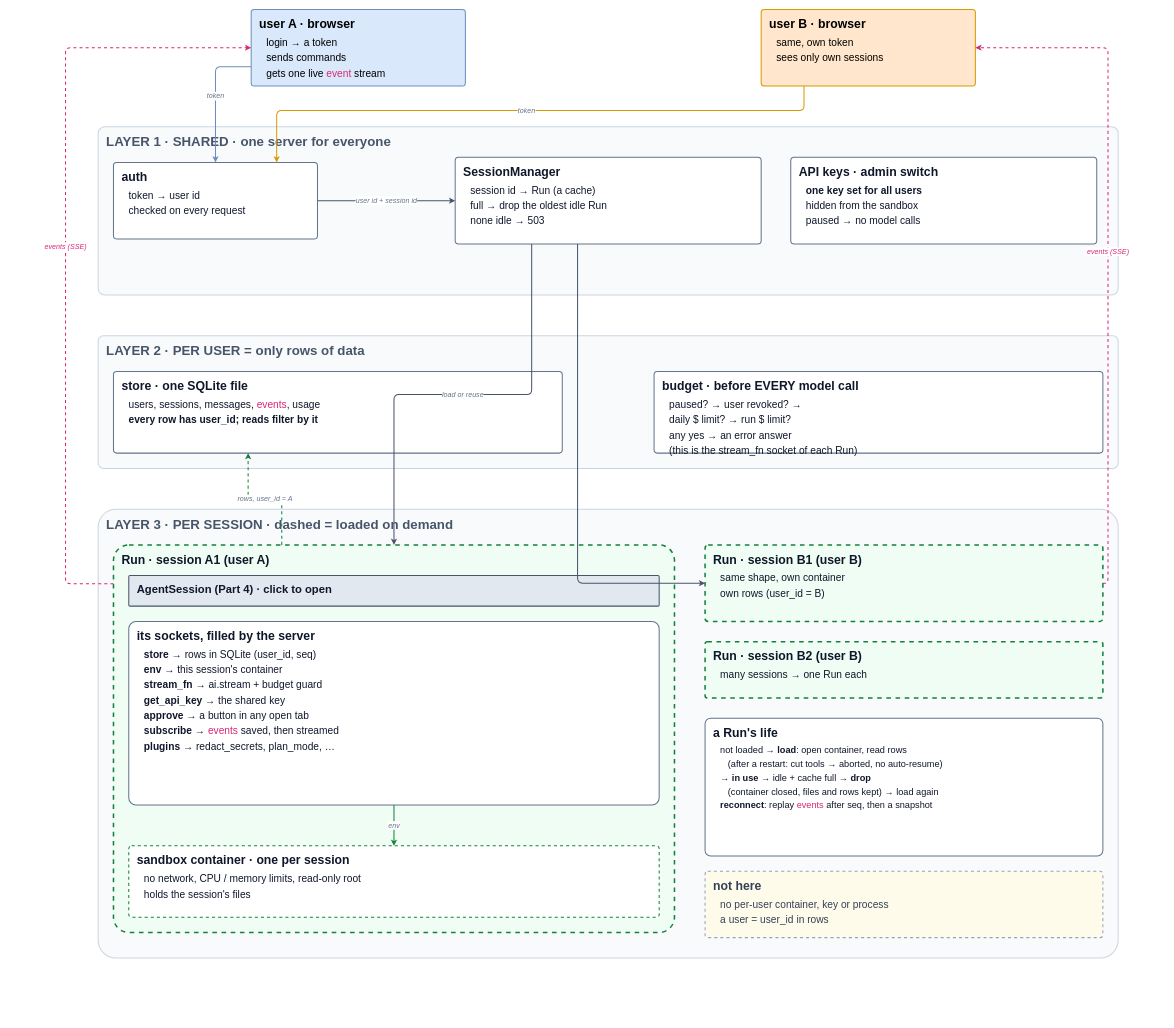
The draw.io diagram page "5 · Server: sessions for many users" (7 of 7) of docs/guidebook/img/architecture.drawio in danhugo/simp-agent, before the edit. Source tidied: cells renumbered, new cells numbered last; positions are measured from the earlier drawing's top-left corner, leaving out a move shared by most shapes. Both pictures are drawn from the tidied source at 51%, with x=0, y=0 at pixel (65, 9).
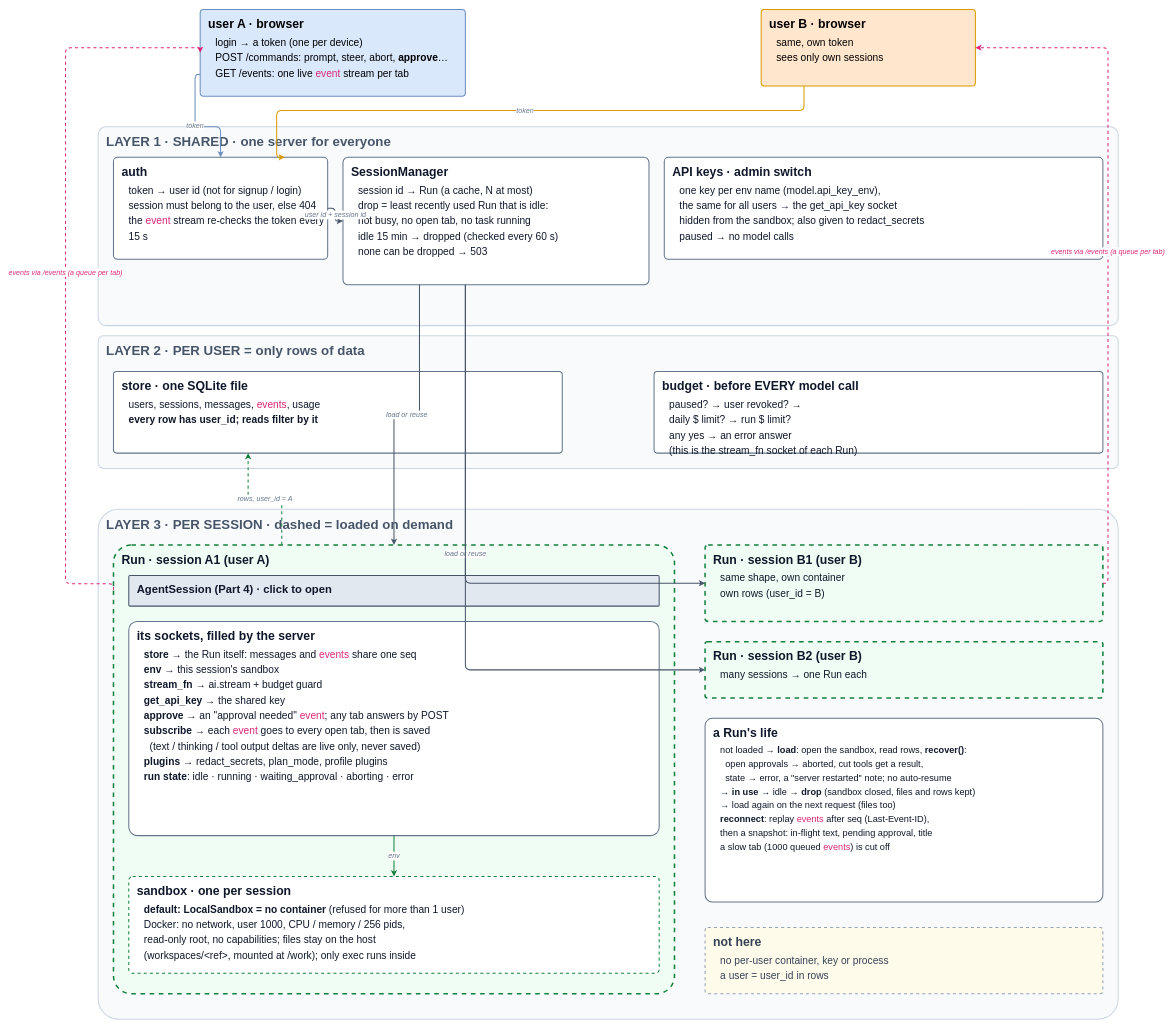
The same page after the edit.

Commit message:
guidebook: page 5 fixes after review: event order, Run as store, LocalSandbox default, eviction rule, auth checks, recover, keys, run state, edges

Unchanged cells that the change refers to:
```xml
<mxCell id="3" value="&lt;b style=&quot;font-size:24px&quot;&gt;user B · browser&lt;/b&gt;&lt;div style=&quot;font-size:20px;line-height:1.5;margin-top:6px;padding-left:14px&quot;&gt;same, own token&lt;br&gt;sees only own sessions&lt;/div&gt;" style="whiteSpace=wrap;html=1;align=left;verticalAlign=top;spacingLeft=14;spacingTop=8;rounded=1;arcSize=4;fillColor=#ffe6cc;strokeColor=#d79b00;strokeWidth=2;" parent="1" vertex="1">
  <mxGeometry x="1364" width="420" height="150" as="geometry" />
</mxCell>
<mxCell id="16" value="&lt;b style=&quot;font-size:24px&quot;&gt;Run · session B1 (user B)&lt;/b&gt;&lt;div style=&quot;font-size:20px;line-height:1.5;margin-top:6px;padding-left:14px&quot;&gt;same shape, own container&lt;br&gt;own rows (user_id = B)&lt;/div&gt;" style="whiteSpace=wrap;html=1;align=left;verticalAlign=top;spacingLeft=14;spacingTop=8;rounded=1;arcSize=4;fillColor=#f0fdf4;strokeColor=#15803d;strokeWidth=3;dashed=1;fontColor=#0f172a;" parent="1" vertex="1">
  <mxGeometry x="1254" y="1050" width="780" height="150" as="geometry" />
</mxCell>
<mxCell id="17" value="&lt;b style=&quot;font-size:24px&quot;&gt;Run · session B2 (user B)&lt;/b&gt;&lt;div style=&quot;font-size:20px;line-height:1.5;margin-top:6px;padding-left:14px&quot;&gt;many sessions → one Run each&lt;/div&gt;" style="whiteSpace=wrap;html=1;align=left;verticalAlign=top;spacingLeft=14;spacingTop=8;rounded=1;arcSize=4;fillColor=#f0fdf4;strokeColor=#15803d;strokeWidth=3;dashed=1;fontColor=#0f172a;" parent="1" vertex="1">
  <mxGeometry x="1254" y="1240" width="780" height="110" as="geometry" />
</mxCell>
```

Change to the diagram source:
```diff
@@
-    <mxCell id="2" value="&lt;b style=&quot;font-size:24px&quot;&gt;user A · browser&lt;/b&gt;&lt;div style=&quot;font-size:20px;line-height:1.5;margin-top:6px;padding-left:14px&quot;&gt;login → a token&lt;br&gt;sends commands&lt;br&gt;gets one live &lt;span style=&quot;color:#db2777&quot;&gt;event&lt;/span&gt; stream&lt;/div&gt;" style="whiteSpace=wrap;html=1;align=left;verticalAlign=top;spacingLeft=14;spacingTop=8;rounded=1;arcSize=4;fillColor=#dae8fc;strokeColor=#6c8ebf;strokeWidth=2;" parent="1" vertex="1">
-      <mxGeometry x="364" width="420" height="150" as="geometry" />
+    <mxCell id="2" value="&lt;b style=&quot;font-size:24px&quot;&gt;user A · browser&lt;/b&gt;&lt;div style=&quot;font-size:20px;line-height:1.5;margin-top:6px;padding-left:14px&quot;&gt;login → a token (one per device)&lt;br&gt;POST /commands: prompt, steer, abort, &lt;b&gt;approve&lt;/b&gt;…&lt;br&gt;GET /events: one live &lt;span style=&quot;color:#db2777&quot;&gt;event&lt;/span&gt; stream per tab&lt;/div&gt;" style="whiteSpace=wrap;html=1;align=left;verticalAlign=top;spacingLeft=14;spacingTop=8;rounded=1;arcSize=4;fillColor=#dae8fc;strokeColor=#6c8ebf;strokeWidth=2;" parent="1" vertex="1">
+      <mxGeometry x="264" width="520" height="170" as="geometry" />
     </mxCell>
@@
     <mxCell id="4" value="&lt;b style=&quot;font-size:26px&quot;&gt;LAYER 1 · SHARED · one server for everyone&lt;/b&gt;&lt;div style=&quot;font-size:16px;line-height:1.5;margin-top:6px;padding-left:14px&quot;&gt;&lt;/div&gt;" style="whiteSpace=wrap;html=1;align=left;verticalAlign=top;spacingLeft=14;spacingTop=8;rounded=1;arcSize=4;fillColor=#f8fafc;strokeColor=#cbd5e1;strokeWidth=2;fontColor=#475569;" parent="1" vertex="1">
-      <mxGeometry x="64" y="230" width="2000" height="330" as="geometry" />
+      <mxGeometry x="64" y="230" width="2000" height="390" as="geometry" />
     </mxCell>
-    <mxCell id="5" value="&lt;b style=&quot;font-size:24px&quot;&gt;auth&lt;/b&gt;&lt;div style=&quot;font-size:20px;line-height:1.5;margin-top:6px;padding-left:14px&quot;&gt;token → user id&lt;br&gt;checked on every request&lt;/div&gt;" style="whiteSpace=wrap;html=1;align=left;verticalAlign=top;spacingLeft=14;spacingTop=8;rounded=1;arcSize=4;fillColor=#ffffff;strokeColor=#64748b;strokeWidth=2;fontColor=#0f172a;" parent="1" vertex="1">
-      <mxGeometry x="94" y="300" width="400" height="150" as="geometry" />
+    <mxCell id="5" value="&lt;b style=&quot;font-size:24px&quot;&gt;auth&lt;/b&gt;&lt;div style=&quot;font-size:20px;line-height:1.5;margin-top:6px;padding-left:14px&quot;&gt;token → user id (not for signup / login)&lt;br&gt;session must belong to the user, else 404&lt;br&gt;the &lt;span style=&quot;color:#db2777&quot;&gt;event&lt;/span&gt; stream re-checks the token every 15 s&lt;/div&gt;" style="whiteSpace=wrap;html=1;align=left;verticalAlign=top;spacingLeft=14;spacingTop=8;rounded=1;arcSize=4;fillColor=#ffffff;strokeColor=#64748b;strokeWidth=2;fontColor=#0f172a;" parent="1" vertex="1">
+      <mxGeometry x="94" y="290" width="420" height="200" as="geometry" />
     </mxCell>
-    <mxCell id="6" value="&lt;b style=&quot;font-size:24px&quot;&gt;SessionManager&lt;/b&gt;&lt;div style=&quot;font-size:20px;line-height:1.5;margin-top:6px;padding-left:14px&quot;&gt;session id → Run (a cache)&lt;br&gt;full → drop the oldest idle Run&lt;br&gt;none idle → 503&lt;/div&gt;" style="whiteSpace=wrap;html=1;align=left;verticalAlign=top;spacingLeft=14;spacingTop=8;rounded=1;arcSize=4;fillColor=#ffffff;strokeColor=#64748b;strokeWidth=2;fontColor=#0f172a;" parent="1" vertex="1">
-      <mxGeometry x="764" y="290" width="600" height="170" as="geometry" />
+    <mxCell id="6" value="&lt;b style=&quot;font-size:24px&quot;&gt;SessionManager&lt;/b&gt;&lt;div style=&quot;font-size:20px;line-height:1.5;margin-top:6px;padding-left:14px&quot;&gt;session id → Run (a cache, N at most)&lt;br&gt;drop = least recently used Run that is idle:&lt;br&gt;not busy, no open tab, no task running&lt;br&gt;idle 15 min → dropped (checked every 60 s)&lt;br&gt;none can be dropped → 503&lt;/div&gt;" style="whiteSpace=wrap;html=1;align=left;verticalAlign=top;spacingLeft=14;spacingTop=8;rounded=1;arcSize=4;fillColor=#ffffff;strokeColor=#64748b;strokeWidth=2;fontColor=#0f172a;" parent="1" vertex="1">
+      <mxGeometry x="544" y="290" width="600" height="250" as="geometry" />
     </mxCell>
-    <mxCell id="7" value="&lt;b style=&quot;font-size:24px&quot;&gt;API keys · admin switch&lt;/b&gt;&lt;div style=&quot;font-size:20px;line-height:1.5;margin-top:6px;padding-left:14px&quot;&gt;&lt;b&gt;one key set for all users&lt;/b&gt;&lt;br&gt;hidden from the sandbox&lt;br&gt;paused → no model calls&lt;/div&gt;" style="whiteSpace=wrap;html=1;align=left;verticalAlign=top;spacingLeft=14;spacingTop=8;rounded=1;arcSize=4;fillColor=#ffffff;strokeColor=#64748b;strokeWidth=2;fontColor=#0f172a;" parent="1" vertex="1">
-      <mxGeometry x="1422" y="290" width="600" height="170" as="geometry" />
+    <mxCell id="7" value="&lt;b style=&quot;font-size:24px&quot;&gt;API keys · admin switch&lt;/b&gt;&lt;div style=&quot;font-size:20px;line-height:1.5;margin-top:6px;padding-left:14px&quot;&gt;one key per env name (model.api_key_env),&lt;br&gt;the same for all users → the get_api_key socket&lt;br&gt;hidden from the sandbox; also given to redact_secrets&lt;br&gt;paused → no model calls&lt;/div&gt;" style="whiteSpace=wrap;html=1;align=left;verticalAlign=top;spacingLeft=14;spacingTop=8;rounded=1;arcSize=4;fillColor=#ffffff;strokeColor=#64748b;strokeWidth=2;fontColor=#0f172a;" parent="1" vertex="1">
+      <mxGeometry x="1174" y="290" width="860" height="200" as="geometry" />
     </mxCell>
@@
     <mxCell id="11" value="&lt;b style=&quot;font-size:26px&quot;&gt;LAYER 3 · PER SESSION · dashed = loaded on demand&lt;/b&gt;&lt;div style=&quot;font-size:16px;line-height:1.5;margin-top:6px;padding-left:14px&quot;&gt;&lt;/div&gt;" style="whiteSpace=wrap;html=1;align=left;verticalAlign=top;spacingLeft=14;spacingTop=8;rounded=1;arcSize=4;fillColor=#f8fafc;strokeColor=#cbd5e1;strokeWidth=2;fontColor=#475569;" parent="1" vertex="1">
-      <mxGeometry x="64" y="980" width="2000" height="880" as="geometry" />
+      <mxGeometry x="64" y="980" width="2000" height="1000" as="geometry" />
     </mxCell>
     <mxCell id="12" value="&lt;b style=&quot;font-size:24px&quot;&gt;Run · session A1 (user A)&lt;/b&gt;&lt;div style=&quot;font-size:16px;line-height:1.5;margin-top:6px;padding-left:14px&quot;&gt;&lt;/div&gt;" style="whiteSpace=wrap;html=1;align=left;verticalAlign=top;spacingLeft=14;spacingTop=8;rounded=1;arcSize=4;fillColor=#f0fdf4;strokeColor=#15803d;strokeWidth=3;dashed=1;fontColor=#0f172a;" parent="1" vertex="1">
-      <mxGeometry x="94" y="1050" width="1100" height="760" as="geometry" />
+      <mxGeometry x="94" y="1050" width="1100" height="880" as="geometry" />
     </mxCell>
@@
-    <mxCell id="14" value="&lt;b style=&quot;font-size:24px&quot;&gt;its sockets, filled by the server&lt;/b&gt;&lt;div style=&quot;font-size:20px;line-height:1.5;margin-top:6px;padding-left:14px&quot;&gt;&lt;b&gt;store&lt;/b&gt; → rows in SQLite (user_id, seq)&lt;br&gt;&lt;b&gt;env&lt;/b&gt; → this session's container&lt;br&gt;&lt;b&gt;stream_fn&lt;/b&gt; → ai.stream + budget guard&lt;br&gt;&lt;b&gt;get_api_key&lt;/b&gt; → the shared key&lt;br&gt;&lt;b&gt;approve&lt;/b&gt; → a button in any open tab&lt;br&gt;&lt;b&gt;subscribe&lt;/b&gt; → &lt;span style=&quot;color:#db2777&quot;&gt;events&lt;/span&gt; saved, then streamed&lt;br&gt;&lt;b&gt;plugins&lt;/b&gt; → redact_secrets, plan_mode, …&lt;/div&gt;" style="whiteSpace=wrap;html=1;align=left;verticalAlign=top;spacingLeft=14;spacingTop=8;rounded=1;arcSize=4;fillColor=#ffffff;strokeColor=#64748b;strokeWidth=2;fontColor=#0f172a;" parent="1" vertex="1">
-      <mxGeometry x="124" y="1200" width="1040" height="360" as="geometry" />
+    <mxCell id="14" value="&lt;b style=&quot;font-size:24px&quot;&gt;its sockets, filled by the server&lt;/b&gt;&lt;div style=&quot;font-size:20px;line-height:1.5;margin-top:6px;padding-left:14px&quot;&gt;&lt;b&gt;store&lt;/b&gt; → the Run itself: messages and &lt;span style=&quot;color:#db2777&quot;&gt;events&lt;/span&gt; share one seq&lt;br&gt;&lt;b&gt;env&lt;/b&gt; → this session's sandbox&lt;br&gt;&lt;b&gt;stream_fn&lt;/b&gt; → ai.stream + budget guard&lt;br&gt;&lt;b&gt;get_api_key&lt;/b&gt; → the shared key&lt;br&gt;&lt;b&gt;approve&lt;/b&gt; → an &quot;approval needed&quot; &lt;span style=&quot;color:#db2777&quot;&gt;event&lt;/span&gt;; any tab answers by POST&lt;br&gt;&lt;b&gt;subscribe&lt;/b&gt; → each &lt;span style=&quot;color:#db2777&quot;&gt;event&lt;/span&gt; goes to every open tab, then is saved&lt;br&gt;&amp;nbsp;&amp;nbsp;(text / thinking / tool output deltas are live only, never saved)&lt;br&gt;&lt;b&gt;plugins&lt;/b&gt; → redact_secrets, plan_mode, profile plugins&lt;br&gt;&lt;b&gt;run state&lt;/b&gt;: idle · running · waiting_approval · aborting · error&lt;/div&gt;" style="whiteSpace=wrap;html=1;align=left;verticalAlign=top;spacingLeft=14;spacingTop=8;rounded=1;arcSize=4;fillColor=#ffffff;strokeColor=#64748b;strokeWidth=2;fontColor=#0f172a;" parent="1" vertex="1">
+      <mxGeometry x="124" y="1200" width="1040" height="420" as="geometry" />
     </mxCell>
-    <mxCell id="15" value="&lt;b style=&quot;font-size:24px&quot;&gt;sandbox container · one per session&lt;/b&gt;&lt;div style=&quot;font-size:20px;line-height:1.5;margin-top:6px;padding-left:14px&quot;&gt;no network, CPU / memory limits, read-only root&lt;br&gt;holds the session's files&lt;/div&gt;" style="whiteSpace=wrap;html=1;align=left;verticalAlign=top;spacingLeft=14;spacingTop=8;rounded=1;arcSize=4;fillColor=#ffffff;strokeColor=#15803d;dashed=1;strokeWidth=2;fontColor=#0f172a;" parent="1" vertex="1">
-      <mxGeometry x="124" y="1640" width="1040" height="140" as="geometry" />
+    <mxCell id="15" value="&lt;b style=&quot;font-size:24px&quot;&gt;sandbox · one per session&lt;/b&gt;&lt;div style=&quot;font-size:20px;line-height:1.5;margin-top:6px;padding-left:14px&quot;&gt;&lt;b&gt;default: LocalSandbox = no container&lt;/b&gt; (refused for more than 1 user)&lt;br&gt;Docker: no network, user 1000, CPU / memory / 256 pids,&lt;br&gt;read-only root, no capabilities; files stay on the host&lt;br&gt;(workspaces/&amp;lt;ref&amp;gt;, mounted at /work); only exec runs inside&lt;/div&gt;" style="whiteSpace=wrap;html=1;align=left;verticalAlign=top;spacingLeft=14;spacingTop=8;rounded=1;arcSize=4;fillColor=#ffffff;strokeColor=#15803d;dashed=1;strokeWidth=2;fontColor=#0f172a;" parent="1" vertex="1">
+      <mxGeometry x="124" y="1700" width="1040" height="190" as="geometry" />
     </mxCell>
@@
-    <mxCell id="18" value="&lt;b style=&quot;font-size:24px&quot;&gt;a Run's life&lt;/b&gt;&lt;div style=&quot;font-size:18px;line-height:1.5;margin-top:6px;padding-left:14px&quot;&gt;not loaded → &lt;b&gt;load&lt;/b&gt;: open container, read rows&lt;br&gt;&amp;nbsp;&amp;nbsp;&amp;nbsp;(after a restart: cut tools → aborted, no auto-resume)&lt;br&gt;→ &lt;b&gt;in use&lt;/b&gt; → idle + cache full → &lt;b&gt;drop&lt;/b&gt;&lt;br&gt;&amp;nbsp;&amp;nbsp;&amp;nbsp;(container closed, files and rows kept) → load again&lt;br&gt;&lt;b&gt;reconnect&lt;/b&gt;: replay &lt;span style=&quot;color:#db2777&quot;&gt;events&lt;/span&gt; after seq, then a snapshot&lt;/div&gt;" style="whiteSpace=wrap;html=1;align=left;verticalAlign=top;spacingLeft=14;spacingTop=8;rounded=1;arcSize=4;fillColor=#ffffff;strokeColor=#64748b;strokeWidth=2;fontColor=#0f172a;" parent="1" vertex="1">
-      <mxGeometry x="1254" y="1390" width="780" height="270" as="geometry" />
+    <mxCell id="18" value="&lt;b style=&quot;font-size:24px&quot;&gt;a Run's life&lt;/b&gt;&lt;div style=&quot;font-size:18px;line-height:1.5;margin-top:6px;padding-left:14px&quot;&gt;not loaded → &lt;b&gt;load&lt;/b&gt;: open the sandbox, read rows, &lt;b&gt;recover()&lt;/b&gt;:&lt;br&gt;&amp;nbsp;&amp;nbsp;open approvals → aborted, cut tools get a result,&lt;br&gt;&amp;nbsp;&amp;nbsp;state → error, a &quot;server restarted&quot; note; no auto-resume&lt;br&gt;→ &lt;b&gt;in use&lt;/b&gt; → idle → &lt;b&gt;drop&lt;/b&gt; (sandbox closed, files and rows kept)&lt;br&gt;→ load again on the next request (files too)&lt;br&gt;&lt;b&gt;reconnect&lt;/b&gt;: replay &lt;span style=&quot;color:#db2777&quot;&gt;events&lt;/span&gt; after seq (Last-Event-ID),&lt;br&gt;then a snapshot: in-flight text, pending approval, title&lt;br&gt;a slow tab (1000 queued &lt;span style=&quot;color:#db2777&quot;&gt;events&lt;/span&gt;) is cut off&lt;/div&gt;" style="whiteSpace=wrap;html=1;align=left;verticalAlign=top;spacingLeft=14;spacingTop=8;rounded=1;arcSize=4;fillColor=#ffffff;strokeColor=#64748b;strokeWidth=2;fontColor=#0f172a;" parent="1" vertex="1">
+      <mxGeometry x="1254" y="1390" width="780" height="360" as="geometry" />
     </mxCell>
     <mxCell id="19" value="&lt;b style=&quot;font-size:24px&quot;&gt;not here&lt;/b&gt;&lt;div style=&quot;font-size:20px;line-height:1.5;margin-top:6px;padding-left:14px&quot;&gt;no per-user container, key or process&lt;br&gt;a user = user_id in rows&lt;/div&gt;" style="whiteSpace=wrap;html=1;align=left;verticalAlign=top;spacingLeft=14;spacingTop=8;rounded=1;arcSize=4;fillColor=#fffbeb;strokeColor=#94a3b8;dashed=1;strokeWidth=2;fontColor=#334155;" parent="1" vertex="1">
-      <mxGeometry x="1254" y="1690" width="780" height="130" as="geometry" />
+      <mxGeometry x="1254" y="1800" width="780" height="130" as="geometry" />
     </mxCell>
@@
-    <mxCell id="24" style="edgeStyle=orthogonalEdgeStyle;rounded=1;html=1;fontSize=14;fontStyle=2;fontColor=#64748b;labelBackgroundColor=#ffffff;strokeColor=#475569;strokeWidth=2;exitX=0.4;exitY=1;entryX=0;entryY=0.5;" parent="1" edge="1" source="6" target="16">
+    <mxCell id="24" value="load or reuse" style="edgeStyle=orthogonalEdgeStyle;rounded=1;html=1;fontSize=14;fontStyle=2;fontColor=#64748b;labelBackgroundColor=#ffffff;strokeColor=#475569;strokeWidth=2;exitX=0.4;exitY=1;entryX=0;entryY=0.5;" parent="1" edge="1" source="6" target="16">
       <mxGeometry relative="1" as="geometry" />
     </mxCell>
@@
-    <mxCell id="27" value="&lt;span style=&quot;color:#db2777&quot;&gt;events&lt;/span&gt; (&lt;span style=&quot;color:#db2777&quot;&gt;SSE&lt;/span&gt;)" style="edgeStyle=orthogonalEdgeStyle;rounded=1;html=1;fontSize=14;fontStyle=2;labelBackgroundColor=#ffffff;strokeWidth=2;dashed=1;exitX=0;exitY=0.1;entryX=0;entryY=0.5;strokeColor=#db2777;fontColor=#db2777;" parent="1" edge="1" source="12" target="2">
+    <mxCell id="27" value="&lt;span style=&quot;color:#db2777&quot;&gt;events&lt;/span&gt; via /events (a queue per tab)" style="edgeStyle=orthogonalEdgeStyle;rounded=1;html=1;fontSize=14;fontStyle=2;labelBackgroundColor=#ffffff;strokeWidth=2;dashed=1;exitX=0;exitY=0.1;entryX=0;entryY=0.5;strokeColor=#db2777;fontColor=#db2777;" parent="1" edge="1" source="12" target="2">
       <mxGeometry relative="1" as="geometry">
         <Array as="points">
           <mxPoint y="1126" />
           <mxPoint y="75" />
         </Array>
       </mxGeometry>
     </mxCell>
-    <mxCell id="28" value="&lt;span style=&quot;color:#db2777&quot;&gt;events&lt;/span&gt; (&lt;span style=&quot;color:#db2777&quot;&gt;SSE&lt;/span&gt;)" style="edgeStyle=orthogonalEdgeStyle;rounded=1;html=1;fontSize=14;fontStyle=2;labelBackgroundColor=#ffffff;strokeWidth=2;dashed=1;exitX=1;exitY=0.5;entryX=1;entryY=0.5;strokeColor=#db2777;fontColor=#db2777;" parent="1" edge="1" source="16" target="3">
+    <mxCell id="28" value="&lt;span style=&quot;color:#db2777&quot;&gt;events&lt;/span&gt; via /events (a queue per tab)" style="edgeStyle=orthogonalEdgeStyle;rounded=1;html=1;fontSize=14;fontStyle=2;labelBackgroundColor=#ffffff;strokeWidth=2;dashed=1;exitX=1;exitY=0.5;entryX=1;entryY=0.5;strokeColor=#db2777;fontColor=#db2777;" parent="1" edge="1" source="16" target="3">
       <mxGeometry relative="1" as="geometry" />
     </mxCell>
+    <mxCell id="29" style="edgeStyle=orthogonalEdgeStyle;rounded=1;html=1;fontSize=14;fontStyle=2;fontColor=#64748b;labelBackgroundColor=#ffffff;strokeColor=#475569;strokeWidth=2;exitX=0.4;exitY=1;entryX=0;entryY=0.5;" parent="1" edge="1" source="6" target="17">
+      <mxGeometry relative="1" as="geometry" />
+    </mxCell>
```
